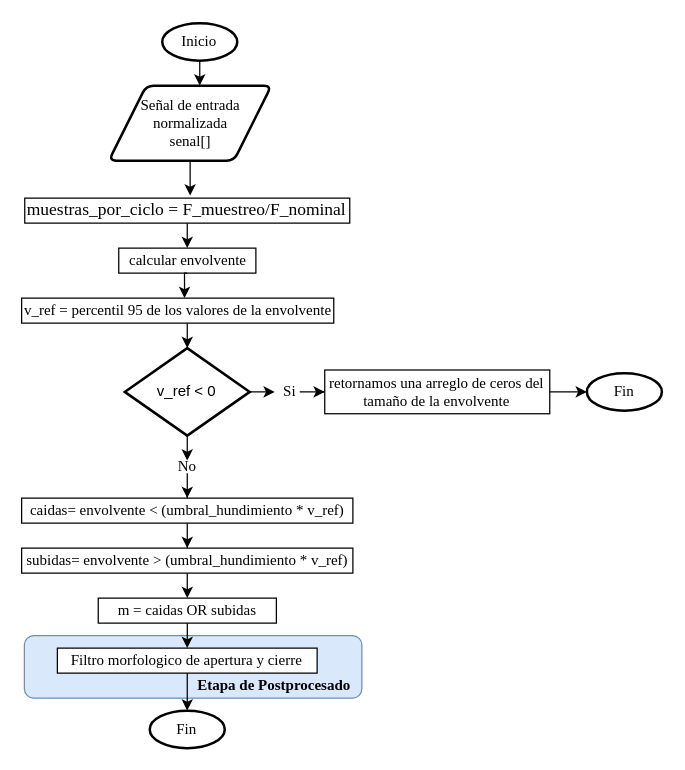
Earlier version of the draw.io diagram Diagramas_Flujo/Diagrama_Flujo_Hilbert.drawio (SGOLDYT/Power-Quality). Source tidied: cells renumbered, new cells numbered last; positions are measured from the earlier drawing's top-left corner, leaving out a move shared by most shapes. Both pictures are drawn from the tidied source at 125%, with x=0, y=0 at pixel (21, 22).
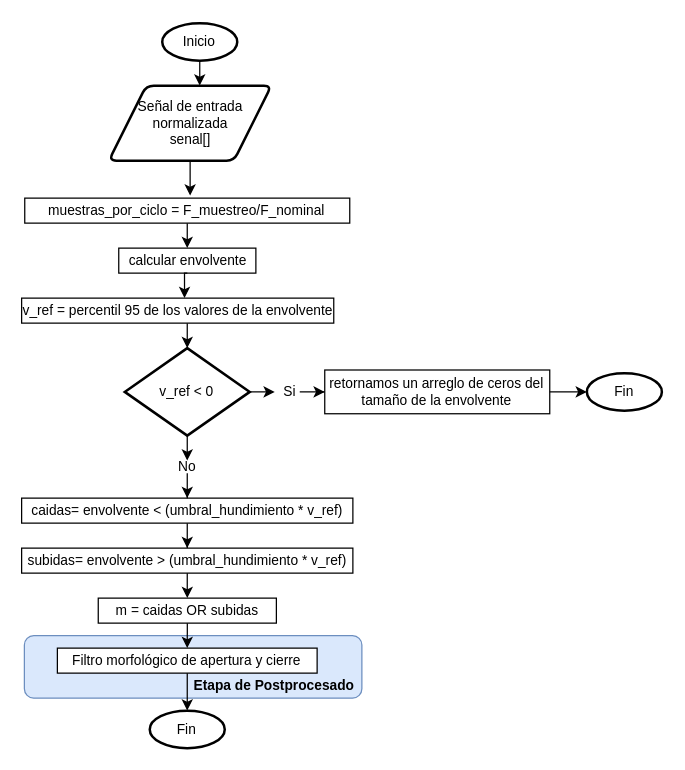
The same diagram, later.

Diff of the diagram source:
```diff
@@
-    <mxCell id="2" style="rounded=1;whiteSpace=wrap;html=1;fillColor=#dae8fc;strokeColor=#6c8ebf;" parent="1" vertex="1">
+    <mxCell id="2" style="rounded=1;whiteSpace=wrap;html=1;fillColor=#dae8fc;strokeColor=#6c8ebf;fontFamily=Helvetica;fontSize=11;" parent="1" vertex="1">
       <mxGeometry x="2" y="490" width="270" height="50" as="geometry" />
     </mxCell>
-    <mxCell id="3" value="&lt;font face=&quot;Times New Roman&quot;&gt;calcular envolvente&lt;/font&gt;" style="rounded=0;whiteSpace=wrap;html=1;" parent="1" vertex="1">
+    <mxCell id="3" value="&lt;font&gt;calcular envolvente&lt;/font&gt;" style="rounded=0;whiteSpace=wrap;html=1;fontFamily=Helvetica;fontSize=11;" parent="1" vertex="1">
       <mxGeometry x="77.5" y="180" width="109.7" height="20" as="geometry" />
     </mxCell>
-    <mxCell id="4" value="&lt;font face=&quot;Times New Roman&quot;&gt;Inicio&lt;/font&gt;" style="strokeWidth=2;html=1;shape=mxgraph.flowchart.start_1;whiteSpace=wrap;" parent="1" vertex="1">
+    <mxCell id="4" value="&lt;font&gt;Inicio&lt;/font&gt;" style="strokeWidth=2;html=1;shape=mxgraph.flowchart.start_1;whiteSpace=wrap;fontFamily=Helvetica;fontSize=11;" parent="1" vertex="1">
       <mxGeometry x="112.3" width="60" height="30" as="geometry" />
     </mxCell>
-    <mxCell id="5" value="&lt;font face=&quot;Times New Roman&quot;&gt;Señal de entrada normalizada&lt;/font&gt;&lt;div&gt;&lt;font face=&quot;Times New Roman&quot;&gt;senal[]&lt;/font&gt;&lt;/div&gt;" style="shape=parallelogram;html=1;strokeWidth=2;perimeter=parallelogramPerimeter;whiteSpace=wrap;rounded=1;arcSize=12;size=0.23;" parent="1" vertex="1">
+    <mxCell id="5" value="&lt;font&gt;Señal de entrada normalizada&lt;/font&gt;&lt;div&gt;&lt;font&gt;senal[]&lt;/font&gt;&lt;/div&gt;" style="shape=parallelogram;html=1;strokeWidth=2;perimeter=parallelogramPerimeter;whiteSpace=wrap;rounded=1;arcSize=12;size=0.23;fontFamily=Helvetica;fontSize=11;" parent="1" vertex="1">
       <mxGeometry x="69.6" y="50" width="130" height="60" as="geometry" />
     </mxCell>
-    <mxCell id="6" style="edgeStyle=orthogonalEdgeStyle;rounded=0;jettySize=auto;html=1;" parent="1" edge="1" source="7" target="11">
+    <mxCell id="6" style="edgeStyle=orthogonalEdgeStyle;rounded=0;jettySize=auto;html=1;fontFamily=Helvetica;fontSize=11;" parent="1" edge="1" source="7" target="11">
       <mxGeometry relative="1" as="geometry">
         <Array as="points">
           <mxPoint x="132.3" y="250" />
           <mxPoint x="132.3" y="250" />
         </Array>
       </mxGeometry>
     </mxCell>
-    <mxCell id="7" value="&lt;font face=&quot;Times New Roman&quot;&gt;v_ref = percentil 95 de los valores de la envolvente&lt;/font&gt;" style="rounded=0;whiteSpace=wrap;html=1;" parent="1" vertex="1">
+    <mxCell id="7" value="&lt;font&gt;v_ref = percentil 95 de los valores de la envolvente&lt;/font&gt;" style="rounded=0;whiteSpace=wrap;html=1;fontFamily=Helvetica;fontSize=11;" parent="1" vertex="1">
       <mxGeometry x="-0.2" y="220" width="249.7" height="20" as="geometry" />
     </mxCell>
-    <mxCell id="8" style="edgeStyle=orthogonalEdgeStyle;rounded=0;jettySize=auto;html=1;exitX=0.5;exitY=1;exitDx=0;exitDy=0;entryX=0.522;entryY=0;entryDx=0;entryDy=0;entryPerimeter=0;" parent="1" edge="1" source="3" target="7">
+    <mxCell id="8" style="edgeStyle=orthogonalEdgeStyle;rounded=0;jettySize=auto;html=1;exitX=0.5;exitY=1;exitDx=0;exitDy=0;entryX=0.522;entryY=0;entryDx=0;entryDy=0;entryPerimeter=0;fontFamily=Helvetica;fontSize=11;" parent="1" edge="1" source="3" target="7">
       <mxGeometry relative="1" as="geometry" />
     </mxCell>
-    <mxCell id="9" style="edgeStyle=orthogonalEdgeStyle;rounded=0;jettySize=auto;html=1;exitX=1;exitY=0.5;exitDx=0;exitDy=0;exitPerimeter=0;entryX=0;entryY=0.5;entryDx=0;entryDy=0;" parent="1" edge="1" source="11" target="13">
+    <mxCell id="9" style="edgeStyle=orthogonalEdgeStyle;rounded=0;jettySize=auto;html=1;exitX=1;exitY=0.5;exitDx=0;exitDy=0;exitPerimeter=0;entryX=0;entryY=0.5;entryDx=0;entryDy=0;fontFamily=Helvetica;fontSize=11;" parent="1" edge="1" source="11" target="13">
       <mxGeometry relative="1" as="geometry" />
     </mxCell>
-    <mxCell id="10" style="edgeStyle=orthogonalEdgeStyle;rounded=0;jettySize=auto;html=1;exitX=0.5;exitY=1;exitDx=0;exitDy=0;exitPerimeter=0;entryX=0.5;entryY=0;entryDx=0;entryDy=0;" parent="1" edge="1" source="11" target="18">
+    <mxCell id="10" style="edgeStyle=orthogonalEdgeStyle;rounded=0;jettySize=auto;html=1;exitX=0.5;exitY=1;exitDx=0;exitDy=0;exitPerimeter=0;entryX=0.5;entryY=0;entryDx=0;entryDy=0;fontFamily=Helvetica;fontSize=11;" parent="1" edge="1" source="11" target="18">
       <mxGeometry relative="1" as="geometry" />
     </mxCell>
-    <mxCell id="11" value="v_ref &amp;lt; 0" style="strokeWidth=2;html=1;shape=mxgraph.flowchart.decision;whiteSpace=wrap;" parent="1" vertex="1">
+    <mxCell id="11" value="v_ref &amp;lt; 0" style="strokeWidth=2;html=1;shape=mxgraph.flowchart.decision;whiteSpace=wrap;fontFamily=Helvetica;fontSize=11;" parent="1" vertex="1">
       <mxGeometry x="82.3" y="260" width="100" height="70" as="geometry" />
     </mxCell>
-    <mxCell id="12" style="edgeStyle=orthogonalEdgeStyle;rounded=0;jettySize=auto;html=1;entryX=0;entryY=0.5;entryDx=0;entryDy=0;" parent="1" edge="1" source="13" target="14">
+    <mxCell id="12" style="edgeStyle=orthogonalEdgeStyle;rounded=0;jettySize=auto;html=1;entryX=0;entryY=0.5;entryDx=0;entryDy=0;fontFamily=Helvetica;fontSize=11;" parent="1" edge="1" source="13" target="14">
       <mxGeometry relative="1" as="geometry" />
     </mxCell>
-    <mxCell id="13" value="&lt;font face=&quot;Times New Roman&quot;&gt;Si&lt;/font&gt;" style="text;html=1;align=center;verticalAlign=middle;whiteSpace=wrap;rounded=0;" parent="1" vertex="1">
+    <mxCell id="13" value="&lt;font&gt;Si&lt;/font&gt;" style="text;html=1;align=center;verticalAlign=middle;whiteSpace=wrap;rounded=0;fontFamily=Helvetica;fontSize=11;" parent="1" vertex="1">
       <mxGeometry x="202.3" y="290" width="25" height="10" as="geometry" />
     </mxCell>
-    <mxCell id="14" value="&lt;font face=&quot;Times New Roman&quot;&gt;retornamos una arreglo de ceros del tamaño de la envolvente&lt;/font&gt;" style="rounded=0;whiteSpace=wrap;html=1;" parent="1" vertex="1">
+    <mxCell id="14" value="&lt;font&gt;retornamos un arreglo de ceros del tamaño de la envolvente&lt;/font&gt;" style="rounded=0;whiteSpace=wrap;html=1;fontFamily=Helvetica;fontSize=11;" parent="1" vertex="1">
       <mxGeometry x="242.3" y="277.5" width="180" height="35" as="geometry" />
     </mxCell>
-    <mxCell id="15" style="edgeStyle=orthogonalEdgeStyle;rounded=0;jettySize=auto;html=1;" parent="1" edge="1" source="16" target="21">
+    <mxCell id="15" style="edgeStyle=orthogonalEdgeStyle;rounded=0;jettySize=auto;html=1;fontFamily=Helvetica;fontSize=11;" parent="1" edge="1" source="16" target="21">
       <mxGeometry relative="1" as="geometry" />
     </mxCell>
-    <mxCell id="16" value="&lt;font face=&quot;Times New Roman&quot;&gt;caidas= envolvente &amp;lt; (umbral_hundimiento * v_ref)&lt;/font&gt;" style="rounded=0;whiteSpace=wrap;html=1;" parent="1" vertex="1">
+    <mxCell id="16" value="&lt;font&gt;caidas= envolvente &amp;lt; (umbral_hundimiento * v_ref)&lt;/font&gt;" style="rounded=0;whiteSpace=wrap;html=1;fontFamily=Helvetica;fontSize=11;" parent="1" vertex="1">
       <mxGeometry x="-0.2" y="380" width="265" height="20" as="geometry" />
     </mxCell>
-    <mxCell id="17" style="edgeStyle=orthogonalEdgeStyle;rounded=0;jettySize=auto;html=1;entryX=0.5;entryY=0;entryDx=0;entryDy=0;" parent="1" edge="1" source="18" target="16">
+    <mxCell id="17" style="edgeStyle=orthogonalEdgeStyle;rounded=0;jettySize=auto;html=1;entryX=0.5;entryY=0;entryDx=0;entryDy=0;fontFamily=Helvetica;fontSize=11;" parent="1" edge="1" source="18" target="16">
       <mxGeometry relative="1" as="geometry" />
     </mxCell>
-    <mxCell id="18" value="&lt;font face=&quot;Times New Roman&quot;&gt;No&lt;/font&gt;" style="text;html=1;align=center;verticalAlign=middle;whiteSpace=wrap;rounded=0;" parent="1" vertex="1">
+    <mxCell id="18" value="&lt;font&gt;No&lt;/font&gt;" style="text;html=1;align=center;verticalAlign=middle;whiteSpace=wrap;rounded=0;fontFamily=Helvetica;fontSize=11;" parent="1" vertex="1">
       <mxGeometry x="119.8" y="350" width="25" height="10" as="geometry" />
     </mxCell>
-    <mxCell id="19" value="&lt;font face=&quot;Times New Roman&quot;&gt;Fin&lt;/font&gt;" style="strokeWidth=2;html=1;shape=mxgraph.flowchart.start_1;whiteSpace=wrap;" parent="1" vertex="1">
+    <mxCell id="19" value="&lt;font&gt;Fin&lt;/font&gt;" style="strokeWidth=2;html=1;shape=mxgraph.flowchart.start_1;whiteSpace=wrap;fontFamily=Helvetica;fontSize=11;" parent="1" vertex="1">
       <mxGeometry x="102.3" y="550" width="60" height="30" as="geometry" />
     </mxCell>
-    <mxCell id="20" style="edgeStyle=orthogonalEdgeStyle;rounded=0;jettySize=auto;html=1;exitX=0.5;exitY=1;exitDx=0;exitDy=0;entryX=0.5;entryY=0;entryDx=0;entryDy=0;" parent="1" edge="1" source="21" target="24">
+    <mxCell id="20" style="edgeStyle=orthogonalEdgeStyle;rounded=0;jettySize=auto;html=1;exitX=0.5;exitY=1;exitDx=0;exitDy=0;entryX=0.5;entryY=0;entryDx=0;entryDy=0;fontFamily=Helvetica;fontSize=11;" parent="1" edge="1" source="21" target="24">
       <mxGeometry relative="1" as="geometry" />
     </mxCell>
-    <mxCell id="21" value="&lt;font face=&quot;Times New Roman&quot;&gt;subidas= envolvente &amp;gt; (umbral_hundimiento * v_ref)&lt;/font&gt;" style="rounded=0;whiteSpace=wrap;html=1;" parent="1" vertex="1">
+    <mxCell id="21" value="&lt;font&gt;subidas= envolvente &amp;gt; (umbral_hundimiento * v_ref)&lt;/font&gt;" style="rounded=0;whiteSpace=wrap;html=1;fontFamily=Helvetica;fontSize=11;" parent="1" vertex="1">
       <mxGeometry x="-0.2" y="420" width="265" height="20" as="geometry" />
     </mxCell>
-    <mxCell id="22" style="edgeStyle=orthogonalEdgeStyle;rounded=0;orthogonalLoop=1;jettySize=auto;html=1;exitX=0.5;exitY=1;exitDx=0;exitDy=0;" parent="1" edge="1" source="21" target="21">
+    <mxCell id="22" style="edgeStyle=orthogonalEdgeStyle;rounded=0;orthogonalLoop=1;jettySize=auto;html=1;exitX=0.5;exitY=1;exitDx=0;exitDy=0;fontFamily=Helvetica;fontSize=11;" parent="1" edge="1" source="21" target="21">
       <mxGeometry relative="1" as="geometry" />
     </mxCell>
-    <mxCell id="23" style="edgeStyle=orthogonalEdgeStyle;rounded=0;jettySize=auto;html=1;exitX=0.5;exitY=1;exitDx=0;exitDy=0;entryX=0.5;entryY=0;entryDx=0;entryDy=0;" parent="1" edge="1" source="24" target="25">
+    <mxCell id="23" style="edgeStyle=orthogonalEdgeStyle;rounded=0;jettySize=auto;html=1;exitX=0.5;exitY=1;exitDx=0;exitDy=0;entryX=0.5;entryY=0;entryDx=0;entryDy=0;fontFamily=Helvetica;fontSize=11;" parent="1" edge="1" source="24" target="25">
       <mxGeometry relative="1" as="geometry" />
     </mxCell>
-    <mxCell id="24" value="&lt;font face=&quot;Times New Roman&quot;&gt;m = caidas OR subidas&lt;/font&gt;" style="rounded=0;whiteSpace=wrap;html=1;" parent="1" vertex="1">
+    <mxCell id="24" value="&lt;font&gt;m = caidas OR subidas&lt;/font&gt;" style="rounded=0;whiteSpace=wrap;html=1;fontFamily=Helvetica;fontSize=11;" parent="1" vertex="1">
       <mxGeometry x="61.1" y="460" width="142.5" height="20" as="geometry" />
     </mxCell>
-    <mxCell id="25" value="&lt;font face=&quot;Times New Roman&quot;&gt;Filtro morfologico de apertura y cierre&lt;/font&gt;" style="rounded=0;whiteSpace=wrap;html=1;" parent="1" vertex="1">
+    <mxCell id="25" value="&lt;font&gt;Filtro morfológico de apertura y cierre&lt;/font&gt;" style="rounded=0;whiteSpace=wrap;html=1;fontFamily=Helvetica;fontSize=11;" parent="1" vertex="1">
       <mxGeometry x="28.4" y="500" width="207.8" height="20" as="geometry" />
     </mxCell>
-    <mxCell id="26" value="&lt;font face=&quot;Times New Roman&quot;&gt;&lt;b&gt;Etapa de Postprocesado&lt;/b&gt;&lt;/font&gt;" style="text;html=1;align=center;verticalAlign=middle;whiteSpace=wrap;rounded=0;" parent="1" vertex="1">
+    <mxCell id="26" value="&lt;font&gt;&lt;b&gt;Etapa de Postprocesado&lt;/b&gt;&lt;/font&gt;" style="text;html=1;align=center;verticalAlign=middle;whiteSpace=wrap;rounded=0;fontFamily=Helvetica;fontSize=11;" parent="1" vertex="1">
       <mxGeometry x="132" y="520" width="140" height="20" as="geometry" />
     </mxCell>
-    <mxCell id="27" style="edgeStyle=orthogonalEdgeStyle;rounded=0;jettySize=auto;html=1;entryX=0.5;entryY=0;entryDx=0;entryDy=0;" parent="1" edge="1" source="28" target="3">
+    <mxCell id="27" style="edgeStyle=orthogonalEdgeStyle;rounded=0;jettySize=auto;html=1;entryX=0.5;entryY=0;entryDx=0;entryDy=0;fontFamily=Helvetica;fontSize=11;" parent="1" edge="1" source="28" target="3">
       <mxGeometry relative="1" as="geometry" />
     </mxCell>
-    <mxCell id="28" value="&lt;font style=&quot;font-size: 14px;&quot; face=&quot;Times New Roman&quot;&gt;muestras_por_ciclo = F_muestreo/F_nominal&lt;/font&gt;" style="rounded=0;whiteSpace=wrap;html=1;" parent="1" vertex="1">
+    <mxCell id="28" value="&lt;font&gt;muestras_por_ciclo = F_muestreo/F_nominal&lt;/font&gt;" style="rounded=0;whiteSpace=wrap;html=1;fontFamily=Helvetica;fontSize=11;" parent="1" vertex="1">
       <mxGeometry x="2.3" y="140" width="260" height="20" as="geometry" />
     </mxCell>
-    <mxCell id="29" style="edgeStyle=orthogonalEdgeStyle;rounded=0;jettySize=auto;html=1;entryX=0.558;entryY=-0.002;entryDx=0;entryDy=0;entryPerimeter=0;" parent="1" edge="1" source="4" target="5">
+    <mxCell id="29" style="edgeStyle=orthogonalEdgeStyle;rounded=0;jettySize=auto;html=1;entryX=0.558;entryY=-0.002;entryDx=0;entryDy=0;entryPerimeter=0;fontFamily=Helvetica;fontSize=11;" parent="1" edge="1" source="4" target="5">
       <mxGeometry relative="1" as="geometry" />
     </mxCell>
-    <mxCell id="30" style="edgeStyle=orthogonalEdgeStyle;rounded=0;jettySize=auto;html=1;entryX=0.509;entryY=-0.1;entryDx=0;entryDy=0;entryPerimeter=0;" parent="1" edge="1" source="5" target="28">
+    <mxCell id="30" style="edgeStyle=orthogonalEdgeStyle;rounded=0;jettySize=auto;html=1;entryX=0.509;entryY=-0.1;entryDx=0;entryDy=0;entryPerimeter=0;fontFamily=Helvetica;fontSize=11;" parent="1" edge="1" source="5" target="28">
       <mxGeometry relative="1" as="geometry" />
     </mxCell>
-    <mxCell id="31" style="edgeStyle=orthogonalEdgeStyle;rounded=0;jettySize=auto;html=1;exitX=0.5;exitY=1;exitDx=0;exitDy=0;entryX=0.5;entryY=0;entryDx=0;entryDy=0;entryPerimeter=0;" parent="1" edge="1" source="25" target="19">
+    <mxCell id="31" style="edgeStyle=orthogonalEdgeStyle;rounded=0;jettySize=auto;html=1;exitX=0.5;exitY=1;exitDx=0;exitDy=0;entryX=0.5;entryY=0;entryDx=0;entryDy=0;entryPerimeter=0;fontFamily=Helvetica;fontSize=11;" parent="1" edge="1" source="25" target="19">
       <mxGeometry relative="1" as="geometry" />
     </mxCell>
-    <mxCell id="32" value="&lt;font face=&quot;Times New Roman&quot;&gt;Fin&lt;/font&gt;" style="strokeWidth=2;html=1;shape=mxgraph.flowchart.start_1;whiteSpace=wrap;" parent="1" vertex="1">
+    <mxCell id="32" value="&lt;font&gt;Fin&lt;/font&gt;" style="strokeWidth=2;html=1;shape=mxgraph.flowchart.start_1;whiteSpace=wrap;fontFamily=Helvetica;fontSize=11;" parent="1" vertex="1">
       <mxGeometry x="452" y="280" width="60" height="30" as="geometry" />
     </mxCell>
-    <mxCell id="33" style="edgeStyle=orthogonalEdgeStyle;rounded=0;jettySize=auto;html=1;entryX=0;entryY=0.5;entryDx=0;entryDy=0;entryPerimeter=0;" parent="1" edge="1" source="14" target="32">
+    <mxCell id="33" style="edgeStyle=orthogonalEdgeStyle;rounded=0;jettySize=auto;html=1;entryX=0;entryY=0.5;entryDx=0;entryDy=0;entryPerimeter=0;fontFamily=Helvetica;fontSize=11;" parent="1" edge="1" source="14" target="32">
       <mxGeometry relative="1" as="geometry" />
     </mxCell>
```
